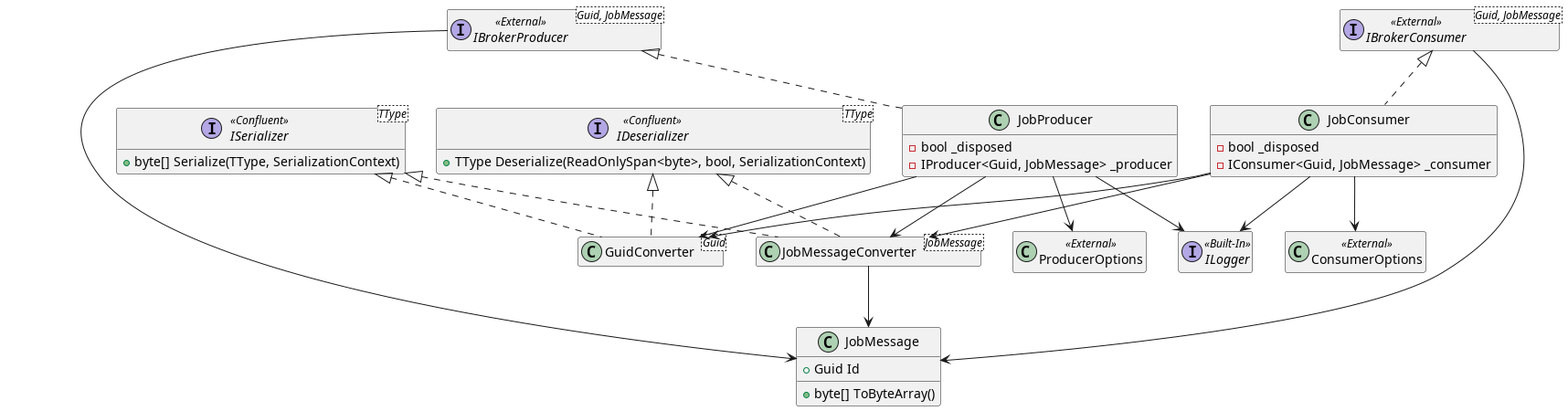
Before: docs/diagrams/img/classes/Job.Broker/Job.Broker classes.png, a diagram exported from PlantUML (mrypdm/JobSystem).
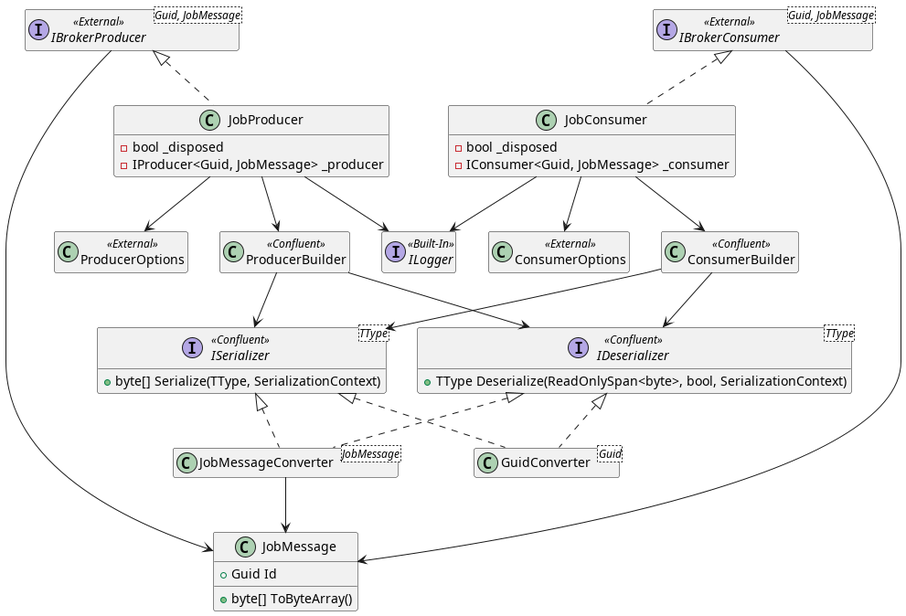
The same diagram one commit later.

Commit message:
imp broker classes

Diff of the diagram source:
```diff
@@ -4,6 +4,9 @@
 interface ILogger << Built-In >>
 class ConsumerOptions << External >>
 class ProducerOptions << External >>
+
+class ConsumerBuilder << Confluent >>
+class ProducerBuilder << Confluent >>
 
 interface ISerializer<TType> << Confluent >>
 {
@@ -21,9 +24,9 @@
 }
 
 interface IBrokerConsumer<Guid, JobMessage> << External >>
-IBrokerConsumer --> JobMessage
+IBrokerConsumer -> JobMessage
 interface IBrokerProducer<Guid, JobMessage> << External >>
-IBrokerProducer --> JobMessage
+IBrokerProducer -> JobMessage
 
 class GuidConverter<Guid>
 ISerializer <|.. GuidConverter
@@ -34,6 +37,11 @@
 IDeserializer <|.. JobMessageConverter
 JobMessageConverter --> JobMessage
 
+ConsumerBuilder --> IDeserializer
+ConsumerBuilder --> ISerializer
+ProducerBuilder --> IDeserializer
+ProducerBuilder --> ISerializer
+
 class JobConsumer
 {
     -bool _disposed
@@ -42,8 +50,7 @@
 IBrokerConsumer <|.. JobConsumer
 JobConsumer --> ConsumerOptions
 JobConsumer --> ILogger
-JobConsumer --> JobMessageConverter
-JobConsumer --> GuidConverter
+JobConsumer --> ConsumerBuilder
 
 class JobProducer
 {
@@ -53,7 +60,6 @@
 IBrokerProducer <|.. JobProducer
 JobProducer --> ProducerOptions
 JobProducer --> ILogger
-JobProducer --> JobMessageConverter
-JobProducer --> GuidConverter
+JobProducer --> ProducerBuilder
 
 @enduml
```
